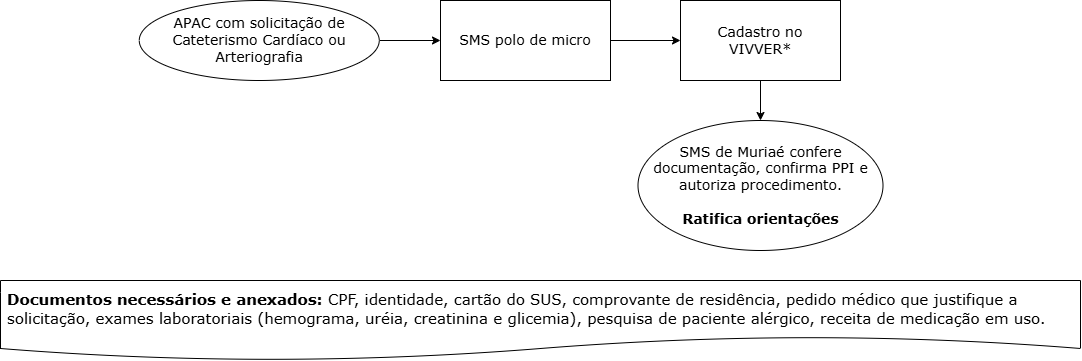
This is public/img/fluxos-assistenciais/cardiologia/cateterismo/fluxo.png from inovacao-saude-muriae/site-saude, a draw.io export, as it was before one commit. Source tidied: cells renumbered, new cells last; positions are measured from the earlier drawing's top-left corner, leaving out a move shared by most shapes. Source of this version:
```xml
<mxGraphModel>
  <root>
    <mxCell id="0" />
    <mxCell id="1" parent="0" />
    <mxCell id="2" value="&lt;font style=&quot;font-size: 14px;&quot;&gt;SMS polo de micro&lt;/font&gt;" style="rounded=0;whiteSpace=wrap;html=1;fontFamily=Verdana;fontSize=13;strokeColor=light-dark(#000000,#000000);fillColor=light-dark(#FFFFFF,transparent);fontColor=light-dark(#000000,#000000);spacingLeft=5;spacingRight=5;" parent="1" vertex="1">
      <mxGeometry x="440" width="170" height="80" as="geometry" />
    </mxCell>
    <mxCell id="3" value="&lt;font style=&quot;font-size: 14px;&quot;&gt;Cadastro no VIVVER*&lt;/font&gt;" style="rounded=0;whiteSpace=wrap;html=1;fontFamily=Verdana;fontSize=13;strokeColor=light-dark(#000000,#000000);fillColor=light-dark(#FFFFFF,transparent);fontColor=light-dark(#000000,#000000);spacingLeft=5;spacingRight=5;" parent="1" vertex="1">
      <mxGeometry x="680" width="160" height="80" as="geometry" />
    </mxCell>
    <mxCell id="4" style="endArrow=classic;html=1;rounded=0;exitX=1;exitY=0.5;exitDx=0;exitDy=0;entryX=0;entryY=0.5;entryDx=0;entryDy=0;strokeColor=light-dark(#000000,#000000);" parent="1" edge="1" source="8" target="2">
      <mxGeometry relative="1" as="geometry" />
    </mxCell>
    <mxCell id="5" style="endArrow=classic;html=1;rounded=0;exitX=1;exitY=0.5;exitDx=0;exitDy=0;entryX=0;entryY=0.5;entryDx=0;entryDy=0;strokeColor=light-dark(#000000,#000000);" parent="1" edge="1" source="2" target="3">
      <mxGeometry relative="1" as="geometry" />
    </mxCell>
    <mxCell id="6" style="endArrow=classic;html=1;rounded=0;exitX=0.5;exitY=1;exitDx=0;exitDy=0;strokeColor=light-dark(#000000,#000000);entryX=0.5;entryY=0;entryDx=0;entryDy=0;" parent="1" edge="1" source="3" target="9">
      <mxGeometry relative="1" as="geometry" />
    </mxCell>
    <mxCell id="7" value="&lt;p&gt;&lt;font style=&quot;font-size: 15px;&quot;&gt;&lt;b&gt;Documentos necessários e anexados:&lt;/b&gt; CPF, identidade, cartão do SUS, comprovante de residência, pedido médico que justifique a solicitação, exames laboratoriais (hemograma, uréia, creatinina e glicemia), pesquisa de paciente alérgico, receita de medicação em uso.&lt;/font&gt;&lt;/p&gt;" style="shape=document;whiteSpace=wrap;html=1;boundedLbl=1;fontSize=13;fontFamily=Verdana;fontColor=light-dark(#000000,#000000);fillColor=light-dark(#FFFFFF,transparent);strokeColor=light-dark(#000000,#000000);align=left;spacingLeft=5;spacingRight=5;" parent="1" vertex="1">
      <mxGeometry y="280" width="1080" height="80" as="geometry" />
    </mxCell>
    <mxCell id="8" value="&lt;span style=&quot;font-family: Verdana;&quot;&gt;&lt;font style=&quot;font-size: 14px;&quot;&gt;APAC com solicitação de Cateterismo Cardíaco ou Arteriografia&lt;/font&gt;&lt;/span&gt;" style="ellipse;whiteSpace=wrap;html=1;spacingLeft=5;spacingRight=5;" parent="1" vertex="1">
      <mxGeometry x="138.8" width="240" height="80" as="geometry" />
    </mxCell>
    <mxCell id="9" value="&lt;span style=&quot;font-family: Verdana;&quot;&gt;&lt;font style=&quot;font-size: 14px;&quot;&gt;SMS de Muriaé confere documentação, confirma PPI e autoriza procedimento.&lt;/font&gt;&lt;/span&gt;&lt;div style=&quot;font-family: Verdana;&quot;&gt;&lt;font style=&quot;font-size: 14px;&quot;&gt;&lt;br&gt;&lt;/font&gt;&lt;div style=&quot;&quot;&gt;&lt;b style=&quot;&quot;&gt;&lt;font style=&quot;font-size: 14px;&quot;&gt;Ratifica orientações&lt;/font&gt;&lt;/b&gt;&lt;/div&gt;&lt;/div&gt;" style="ellipse;whiteSpace=wrap;html=1;spacingLeft=5;spacingRight=5;" parent="1" vertex="1">
      <mxGeometry x="637.5" y="120" width="245" height="130" as="geometry" />
    </mxCell>
  </root>
</mxGraphModel>
```
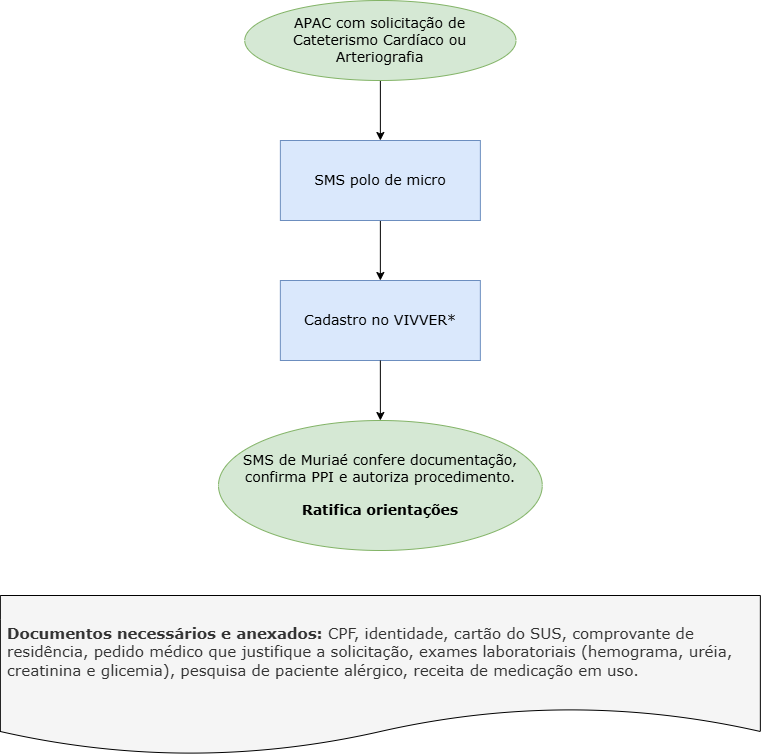
After the change.

Diff of the diagram source:
```diff
@@ -2,29 +2,29 @@
   <root>
     <mxCell id="0" />
     <mxCell id="1" parent="0" />
+    <mxCell id="5" style="edgeStyle=orthogonalEdgeStyle;rounded=0;jettySize=auto;html=1;exitX=0.5;exitY=1;exitDx=0;exitDy=0;entryX=0.5;entryY=0;entryDx=0;entryDy=0;" parent="1" edge="1" source="2" target="3">
+      <mxGeometry relative="1" as="geometry" />
+    </mxCell>
-    <mxCell id="2" value="&lt;font style=&quot;font-size: 14px;&quot;&gt;SMS polo de micro&lt;/font&gt;" style="rounded=0;whiteSpace=wrap;html=1;fontFamily=Verdana;fontSize=13;strokeColor=light-dark(#000000,#000000);fillColor=light-dark(#FFFFFF,transparent);fontColor=light-dark(#000000,#000000);spacingLeft=5;spacingRight=5;" parent="1" vertex="1">
-      <mxGeometry x="440" width="170" height="80" as="geometry" />
+    <mxCell id="2" value="&lt;font style=&quot;font-size: 14px;&quot;&gt;SMS polo de micro&lt;/font&gt;" style="rounded=0;whiteSpace=wrap;html=1;fontFamily=Verdana;fontSize=13;strokeColor=#6c8ebf;fillColor=#dae8fc;spacingLeft=5;spacingRight=5;" parent="1" vertex="1">
+      <mxGeometry x="273.9" y="135" width="200" height="80" as="geometry" />
     </mxCell>
-    <mxCell id="3" value="&lt;font style=&quot;font-size: 14px;&quot;&gt;Cadastro no VIVVER*&lt;/font&gt;" style="rounded=0;whiteSpace=wrap;html=1;fontFamily=Verdana;fontSize=13;strokeColor=light-dark(#000000,#000000);fillColor=light-dark(#FFFFFF,transparent);fontColor=light-dark(#000000,#000000);spacingLeft=5;spacingRight=5;" parent="1" vertex="1">
-      <mxGeometry x="680" width="160" height="80" as="geometry" />
+    <mxCell id="3" value="&lt;font style=&quot;font-size: 14px;&quot;&gt;Cadastro no VIVVER*&lt;/font&gt;" style="rounded=0;whiteSpace=wrap;html=1;fontFamily=Verdana;fontSize=13;strokeColor=#6c8ebf;fillColor=#dae8fc;spacingLeft=5;spacingRight=5;" parent="1" vertex="1">
+      <mxGeometry x="273.9" y="275" width="200" height="80" as="geometry" />
     </mxCell>
-    <mxCell id="4" style="endArrow=classic;html=1;rounded=0;exitX=1;exitY=0.5;exitDx=0;exitDy=0;entryX=0;entryY=0.5;entryDx=0;entryDy=0;strokeColor=light-dark(#000000,#000000);" parent="1" edge="1" source="8" target="2">
-      <mxGeometry relative="1" as="geometry" />
-    </mxCell>
-    <mxCell id="5" style="endArrow=classic;html=1;rounded=0;exitX=1;exitY=0.5;exitDx=0;exitDy=0;entryX=0;entryY=0.5;entryDx=0;entryDy=0;strokeColor=light-dark(#000000,#000000);" parent="1" edge="1" source="2" target="3">
-      <mxGeometry relative="1" as="geometry" />
-    </mxCell>
     <mxCell id="6" style="endArrow=classic;html=1;rounded=0;exitX=0.5;exitY=1;exitDx=0;exitDy=0;strokeColor=light-dark(#000000,#000000);entryX=0.5;entryY=0;entryDx=0;entryDy=0;" parent="1" edge="1" source="3" target="9">
       <mxGeometry relative="1" as="geometry" />
     </mxCell>
-    <mxCell id="7" value="&lt;p&gt;&lt;font style=&quot;font-size: 15px;&quot;&gt;&lt;b&gt;Documentos necessários e anexados:&lt;/b&gt; CPF, identidade, cartão do SUS, comprovante de residência, pedido médico que justifique a solicitação, exames laboratoriais (hemograma, uréia, creatinina e glicemia), pesquisa de paciente alérgico, receita de medicação em uso.&lt;/font&gt;&lt;/p&gt;" style="shape=document;whiteSpace=wrap;html=1;boundedLbl=1;fontSize=13;fontFamily=Verdana;fontColor=light-dark(#000000,#000000);fillColor=light-dark(#FFFFFF,transparent);strokeColor=light-dark(#000000,#000000);align=left;spacingLeft=5;spacingRight=5;" parent="1" vertex="1">
-      <mxGeometry y="280" width="1080" height="80" as="geometry" />
+    <mxCell id="7" value="&lt;p&gt;&lt;font style=&quot;font-size: 15px;&quot;&gt;&lt;b&gt;Documentos necessários e anexados:&lt;/b&gt; CPF, identidade, cartão do SUS, comprovante de residência, pedido médico que justifique a solicitação, exames laboratoriais (hemograma, uréia, creatinina e glicemia), pesquisa de paciente alérgico, receita de medicação em uso.&lt;/font&gt;&lt;/p&gt;" style="shape=document;whiteSpace=wrap;html=1;boundedLbl=1;fontSize=13;fontFamily=Verdana;fontColor=#333333;fillColor=#f5f5f5;strokeColor=#000000;align=left;spacingLeft=5;spacingRight=5;" parent="1" vertex="1">
+      <mxGeometry x="-6.1" y="590" width="760" height="160" as="geometry" />
     </mxCell>
+    <mxCell id="4" style="edgeStyle=orthogonalEdgeStyle;rounded=0;jettySize=auto;html=1;exitX=0.5;exitY=1;exitDx=0;exitDy=0;" parent="1" edge="1" source="8" target="2">
+      <mxGeometry relative="1" as="geometry" />
+    </mxCell>
-    <mxCell id="8" value="&lt;span style=&quot;font-family: Verdana;&quot;&gt;&lt;font style=&quot;font-size: 14px;&quot;&gt;APAC com solicitação de Cateterismo Cardíaco ou Arteriografia&lt;/font&gt;&lt;/span&gt;" style="ellipse;whiteSpace=wrap;html=1;spacingLeft=5;spacingRight=5;" parent="1" vertex="1">
-      <mxGeometry x="138.8" width="240" height="80" as="geometry" />
+    <mxCell id="8" value="&lt;span style=&quot;font-family: Verdana;&quot;&gt;&lt;font style=&quot;font-size: 14px;&quot;&gt;APAC com solicitação de Cateterismo Cardíaco ou Arteriografia&lt;/font&gt;&lt;/span&gt;" style="ellipse;whiteSpace=wrap;html=1;spacingLeft=5;spacingRight=5;fillColor=#d5e8d4;strokeColor=#82b366;" parent="1" vertex="1">
+      <mxGeometry x="238.2" y="-5" width="271.2" height="80" as="geometry" />
     </mxCell>
-    <mxCell id="9" value="&lt;span style=&quot;font-family: Verdana;&quot;&gt;&lt;font style=&quot;font-size: 14px;&quot;&gt;SMS de Muriaé confere documentação, confirma PPI e autoriza procedimento.&lt;/font&gt;&lt;/span&gt;&lt;div style=&quot;font-family: Verdana;&quot;&gt;&lt;font style=&quot;font-size: 14px;&quot;&gt;&lt;br&gt;&lt;/font&gt;&lt;div style=&quot;&quot;&gt;&lt;b style=&quot;&quot;&gt;&lt;font style=&quot;font-size: 14px;&quot;&gt;Ratifica orientações&lt;/font&gt;&lt;/b&gt;&lt;/div&gt;&lt;/div&gt;" style="ellipse;whiteSpace=wrap;html=1;spacingLeft=5;spacingRight=5;" parent="1" vertex="1">
-      <mxGeometry x="637.5" y="120" width="245" height="130" as="geometry" />
+    <mxCell id="9" value="&lt;span style=&quot;font-family: Verdana;&quot;&gt;&lt;font style=&quot;font-size: 14px;&quot;&gt;SMS de Muriaé confere documentação, confirma PPI e autoriza procedimento.&lt;/font&gt;&lt;/span&gt;&lt;div style=&quot;font-family: Verdana;&quot;&gt;&lt;font style=&quot;font-size: 14px;&quot;&gt;&lt;br&gt;&lt;/font&gt;&lt;div style=&quot;&quot;&gt;&lt;b style=&quot;&quot;&gt;&lt;font style=&quot;font-size: 14px;&quot;&gt;Ratifica orientações&lt;/font&gt;&lt;/b&gt;&lt;/div&gt;&lt;/div&gt;" style="ellipse;whiteSpace=wrap;html=1;spacingLeft=5;spacingRight=5;fillColor=#d5e8d4;strokeColor=#82b366;" parent="1" vertex="1">
+      <mxGeometry x="212" y="415" width="323.8" height="130" as="geometry" />
     </mxCell>
   </root>
 </mxGraphModel>
```
